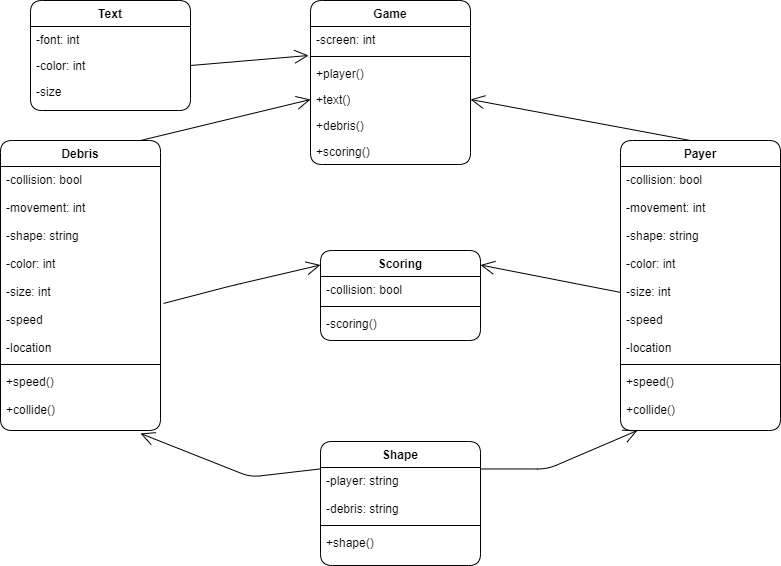
Before: Assignments/A07/UntitledDiagram.png, a diagram exported from draw.io (LoicKonan/2143-OOP-Konan). Source tidied: cells renumbered, new cells last; positions are measured from the earlier drawing's top-left corner, leaving out a move shared by most shapes.
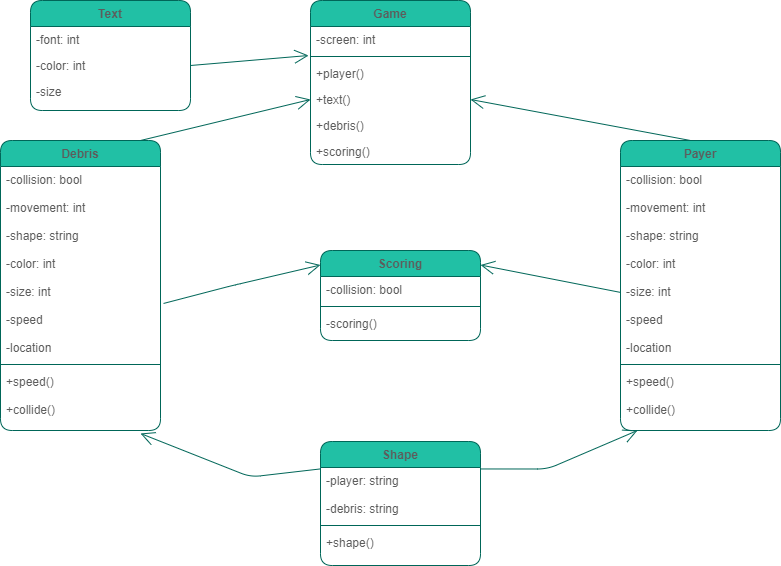
After the change.

Change to the diagram source:
```diff
@@ -2,103 +2,103 @@
   <root>
     <mxCell id="0" />
     <mxCell id="1" parent="0" />
-    <mxCell id="2" value="Text" style="swimlane;fontStyle=1;align=center;verticalAlign=top;horizontal=1;startSize=26;shadow=0;strokeWidth=1;rounded=1;" parent="1" vertex="1">
+    <mxCell id="2" value="Text" style="swimlane;fontStyle=1;align=center;verticalAlign=top;horizontal=1;startSize=26;shadow=0;strokeWidth=1;rounded=1;fillColor=#21C0A5;strokeColor=#006658;fontColor=#5C5C5C;" parent="1" vertex="1">
       <mxGeometry x="30" width="160" height="110" as="geometry" />
     </mxCell>
-    <mxCell id="3" value="-font: int&#10;" style="text;align=left;verticalAlign=top;spacingLeft=4;spacingRight=4;overflow=hidden;fontStyle=0;rounded=1;" parent="2" vertex="1">
+    <mxCell id="3" value="-font: int&#10;" style="text;align=left;verticalAlign=top;spacingLeft=4;spacingRight=4;overflow=hidden;fontStyle=0;rounded=1;fontColor=#5C5C5C;" parent="2" vertex="1">
       <mxGeometry y="26" width="160" height="26" as="geometry" />
     </mxCell>
-    <mxCell id="4" value="-color: int&#10;" style="text;align=left;verticalAlign=top;spacingLeft=4;spacingRight=4;overflow=hidden;points=[[0,0.5],[1,0.5]];portConstraint=eastwest;rounded=1;" parent="2" vertex="1">
+    <mxCell id="4" value="-color: int&#10;" style="text;align=left;verticalAlign=top;spacingLeft=4;spacingRight=4;overflow=hidden;points=[[0,0.5],[1,0.5]];portConstraint=eastwest;rounded=1;fontColor=#5C5C5C;" parent="2" vertex="1">
       <mxGeometry y="52" width="160" height="26" as="geometry" />
     </mxCell>
-    <mxCell id="5" value="-size" style="text;align=left;verticalAlign=top;spacingLeft=4;spacingRight=4;overflow=hidden;rounded=1;" parent="2" vertex="1">
+    <mxCell id="5" value="-size" style="text;align=left;verticalAlign=top;spacingLeft=4;spacingRight=4;overflow=hidden;rounded=1;fontColor=#5C5C5C;" parent="2" vertex="1">
       <mxGeometry y="78" width="160" height="26" as="geometry" />
     </mxCell>
-    <mxCell id="6" value="Scoring" style="swimlane;fontStyle=1;align=center;verticalAlign=top;horizontal=1;startSize=26;shadow=0;strokeWidth=1;rounded=1;" parent="1" vertex="1">
+    <mxCell id="6" value="Scoring" style="swimlane;fontStyle=1;align=center;verticalAlign=top;horizontal=1;startSize=26;shadow=0;strokeWidth=1;rounded=1;fillColor=#21C0A5;strokeColor=#006658;fontColor=#5C5C5C;" parent="1" vertex="1">
       <mxGeometry x="320" y="250" width="160" height="90" as="geometry" />
     </mxCell>
-    <mxCell id="7" value="-collision: bool" style="text;align=left;verticalAlign=top;spacingLeft=4;spacingRight=4;overflow=hidden;rounded=1;" parent="6" vertex="1">
+    <mxCell id="7" value="-collision: bool" style="text;align=left;verticalAlign=top;spacingLeft=4;spacingRight=4;overflow=hidden;rounded=1;fontColor=#5C5C5C;" parent="6" vertex="1">
       <mxGeometry y="26" width="160" height="26" as="geometry" />
     </mxCell>
-    <mxCell id="8" style="line;html=1;strokeWidth=1;align=left;verticalAlign=middle;spacingTop=-1;spacingLeft=3;spacingRight=3;labelPosition=right;rounded=1;" parent="6" vertex="1">
+    <mxCell id="8" style="line;html=1;strokeWidth=1;align=left;verticalAlign=middle;spacingTop=-1;spacingLeft=3;spacingRight=3;labelPosition=right;rounded=1;fillColor=#21C0A5;strokeColor=#006658;fontColor=#5C5C5C;" parent="6" vertex="1">
       <mxGeometry y="52" width="160" height="8" as="geometry" />
     </mxCell>
-    <mxCell id="9" value="-scoring()" style="text;align=left;verticalAlign=top;spacingLeft=4;spacingRight=4;overflow=hidden;shadow=0;html=0;rounded=1;" parent="6" vertex="1">
+    <mxCell id="9" value="-scoring()" style="text;align=left;verticalAlign=top;spacingLeft=4;spacingRight=4;overflow=hidden;shadow=0;html=0;rounded=1;fontColor=#5C5C5C;" parent="6" vertex="1">
       <mxGeometry y="60" width="160" height="26" as="geometry" />
     </mxCell>
-    <mxCell id="10" value="Game" style="swimlane;fontStyle=1;align=center;verticalAlign=top;horizontal=1;startSize=26;shadow=0;strokeWidth=1;rounded=1;" parent="1" vertex="1">
+    <mxCell id="10" value="Game" style="swimlane;fontStyle=1;align=center;verticalAlign=top;horizontal=1;startSize=26;shadow=0;strokeWidth=1;rounded=1;fillColor=#21C0A5;strokeColor=#006658;fontColor=#5C5C5C;" parent="1" vertex="1">
       <mxGeometry x="310" width="160" height="164" as="geometry" />
     </mxCell>
-    <mxCell id="11" value="-screen: int" style="text;align=left;verticalAlign=top;spacingLeft=4;spacingRight=4;overflow=hidden;points=[[0,0.5],[1,0.5]];portConstraint=eastwest;shadow=0;html=0;rounded=1;" parent="10" vertex="1">
+    <mxCell id="11" value="-screen: int" style="text;align=left;verticalAlign=top;spacingLeft=4;spacingRight=4;overflow=hidden;points=[[0,0.5],[1,0.5]];portConstraint=eastwest;shadow=0;html=0;rounded=1;fontColor=#5C5C5C;" parent="10" vertex="1">
       <mxGeometry y="26" width="160" height="26" as="geometry" />
     </mxCell>
-    <mxCell id="12" style="line;html=1;strokeWidth=1;align=left;verticalAlign=middle;spacingTop=-1;spacingLeft=3;spacingRight=3;labelPosition=right;rounded=1;" parent="10" vertex="1">
+    <mxCell id="12" style="line;html=1;strokeWidth=1;align=left;verticalAlign=middle;spacingTop=-1;spacingLeft=3;spacingRight=3;labelPosition=right;rounded=1;fillColor=#21C0A5;strokeColor=#006658;fontColor=#5C5C5C;" parent="10" vertex="1">
       <mxGeometry y="52" width="160" height="8" as="geometry" />
     </mxCell>
-    <mxCell id="13" value="+player()" style="text;align=left;verticalAlign=top;spacingLeft=4;spacingRight=4;overflow=hidden;rounded=1;" parent="10" vertex="1">
+    <mxCell id="13" value="+player()" style="text;align=left;verticalAlign=top;spacingLeft=4;spacingRight=4;overflow=hidden;rounded=1;fontColor=#5C5C5C;" parent="10" vertex="1">
       <mxGeometry y="60" width="160" height="26" as="geometry" />
     </mxCell>
-    <mxCell id="14" value="+text()" style="text;align=left;verticalAlign=top;spacingLeft=4;spacingRight=4;overflow=hidden;points=[[0,0.5],[1,0.5]];portConstraint=eastwest;rounded=1;" parent="10" vertex="1">
+    <mxCell id="14" value="+text()" style="text;align=left;verticalAlign=top;spacingLeft=4;spacingRight=4;overflow=hidden;points=[[0,0.5],[1,0.5]];portConstraint=eastwest;rounded=1;fontColor=#5C5C5C;" parent="10" vertex="1">
       <mxGeometry y="86" width="160" height="26" as="geometry" />
     </mxCell>
-    <mxCell id="15" value="+debris()" style="text;align=left;verticalAlign=top;spacingLeft=4;spacingRight=4;overflow=hidden;shadow=0;html=0;rounded=1;" parent="10" vertex="1">
+    <mxCell id="15" value="+debris()" style="text;align=left;verticalAlign=top;spacingLeft=4;spacingRight=4;overflow=hidden;shadow=0;html=0;rounded=1;fontColor=#5C5C5C;" parent="10" vertex="1">
       <mxGeometry y="112" width="160" height="26" as="geometry" />
     </mxCell>
-    <mxCell id="16" value="+scoring()" style="text;align=left;verticalAlign=top;spacingLeft=4;spacingRight=4;overflow=hidden;shadow=0;html=0;rounded=1;" parent="10" vertex="1">
+    <mxCell id="16" value="+scoring()" style="text;align=left;verticalAlign=top;spacingLeft=4;spacingRight=4;overflow=hidden;shadow=0;html=0;rounded=1;fontColor=#5C5C5C;" parent="10" vertex="1">
       <mxGeometry y="138" width="160" height="26" as="geometry" />
     </mxCell>
-    <mxCell id="17" value="Payer" style="swimlane;fontStyle=1;align=center;verticalAlign=top;horizontal=1;startSize=26;shadow=0;strokeWidth=1;rounded=1;" parent="1" vertex="1">
+    <mxCell id="17" value="Payer" style="swimlane;fontStyle=1;align=center;verticalAlign=top;horizontal=1;startSize=26;shadow=0;strokeWidth=1;rounded=1;fillColor=#21C0A5;strokeColor=#006658;fontColor=#5C5C5C;" parent="1" vertex="1">
       <mxGeometry x="620" y="140" width="160" height="290" as="geometry" />
     </mxCell>
-    <mxCell id="18" value="-collision: bool&#10;&#10;-movement: int&#10;&#10;-shape: string&#10;&#10;-color: int&#10;&#10;-size: int&#10;&#10;-speed&#10;&#10;-location" style="text;align=left;verticalAlign=top;spacingLeft=4;spacingRight=4;overflow=hidden;points=[[0,0.5],[1,0.5]];portConstraint=eastwest;rounded=1;" parent="17" vertex="1">
+    <mxCell id="18" value="-collision: bool&#10;&#10;-movement: int&#10;&#10;-shape: string&#10;&#10;-color: int&#10;&#10;-size: int&#10;&#10;-speed&#10;&#10;-location" style="text;align=left;verticalAlign=top;spacingLeft=4;spacingRight=4;overflow=hidden;points=[[0,0.5],[1,0.5]];portConstraint=eastwest;rounded=1;fontColor=#5C5C5C;" parent="17" vertex="1">
       <mxGeometry y="26" width="160" height="194" as="geometry" />
     </mxCell>
-    <mxCell id="19" style="line;html=1;strokeWidth=1;align=left;verticalAlign=middle;spacingTop=-1;spacingLeft=3;spacingRight=3;labelPosition=right;rounded=1;" parent="17" vertex="1">
+    <mxCell id="19" style="line;html=1;strokeWidth=1;align=left;verticalAlign=middle;spacingTop=-1;spacingLeft=3;spacingRight=3;labelPosition=right;rounded=1;fillColor=#21C0A5;strokeColor=#006658;fontColor=#5C5C5C;" parent="17" vertex="1">
       <mxGeometry y="220" width="160" height="8" as="geometry" />
     </mxCell>
-    <mxCell id="20" value="+speed()&#10;&#10;+collide()" style="text;align=left;verticalAlign=top;spacingLeft=4;spacingRight=4;overflow=hidden;rounded=1;" parent="17" vertex="1">
+    <mxCell id="20" value="+speed()&#10;&#10;+collide()" style="text;align=left;verticalAlign=top;spacingLeft=4;spacingRight=4;overflow=hidden;rounded=1;fontColor=#5C5C5C;" parent="17" vertex="1">
       <mxGeometry y="228" width="160" height="62" as="geometry" />
     </mxCell>
-    <mxCell id="21" value="Shape" style="swimlane;fontStyle=1;align=center;verticalAlign=top;horizontal=1;startSize=26;shadow=0;strokeWidth=1;rounded=1;" parent="1" vertex="1">
+    <mxCell id="21" value="Shape" style="swimlane;fontStyle=1;align=center;verticalAlign=top;horizontal=1;startSize=26;shadow=0;strokeWidth=1;rounded=1;fillColor=#21C0A5;strokeColor=#006658;fontColor=#5C5C5C;" parent="1" vertex="1">
       <mxGeometry x="320" y="441" width="160" height="124" as="geometry" />
     </mxCell>
-    <mxCell id="22" value="-player: string&#10;&#10;-debris: string" style="text;align=left;verticalAlign=top;spacingLeft=4;spacingRight=4;overflow=hidden;rounded=1;" parent="21" vertex="1">
+    <mxCell id="22" value="-player: string&#10;&#10;-debris: string" style="text;align=left;verticalAlign=top;spacingLeft=4;spacingRight=4;overflow=hidden;rounded=1;fontColor=#5C5C5C;" parent="21" vertex="1">
       <mxGeometry y="26" width="160" height="54" as="geometry" />
     </mxCell>
-    <mxCell id="23" style="line;html=1;strokeWidth=1;align=left;verticalAlign=middle;spacingTop=-1;spacingLeft=3;spacingRight=3;labelPosition=right;rounded=1;" parent="21" vertex="1">
+    <mxCell id="23" style="line;html=1;strokeWidth=1;align=left;verticalAlign=middle;spacingTop=-1;spacingLeft=3;spacingRight=3;labelPosition=right;rounded=1;fillColor=#21C0A5;strokeColor=#006658;fontColor=#5C5C5C;" parent="21" vertex="1">
       <mxGeometry y="80" width="160" height="8" as="geometry" />
     </mxCell>
-    <mxCell id="24" value="+shape()" style="text;align=left;verticalAlign=top;spacingLeft=4;spacingRight=4;overflow=hidden;shadow=0;html=0;rounded=1;" parent="21" vertex="1">
+    <mxCell id="24" value="+shape()" style="text;align=left;verticalAlign=top;spacingLeft=4;spacingRight=4;overflow=hidden;shadow=0;html=0;rounded=1;fontColor=#5C5C5C;" parent="21" vertex="1">
       <mxGeometry y="88" width="160" height="26" as="geometry" />
     </mxCell>
-    <mxCell id="25" value="Debris" style="swimlane;fontStyle=1;align=center;verticalAlign=top;horizontal=1;startSize=26;shadow=0;strokeWidth=1;rounded=1;" parent="1" vertex="1">
+    <mxCell id="25" value="Debris" style="swimlane;fontStyle=1;align=center;verticalAlign=top;horizontal=1;startSize=26;shadow=0;strokeWidth=1;rounded=1;fillColor=#21C0A5;strokeColor=#006658;fontColor=#5C5C5C;" parent="1" vertex="1">
       <mxGeometry y="140" width="160" height="290" as="geometry" />
     </mxCell>
-    <mxCell id="26" value="-collision: bool&#10;&#10;-movement: int&#10;&#10;-shape: string&#10;&#10;-color: int&#10;&#10;-size: int&#10;&#10;-speed&#10;&#10;-location" style="text;align=left;verticalAlign=top;spacingLeft=4;spacingRight=4;overflow=hidden;points=[[0,0.5],[1,0.5]];portConstraint=eastwest;rounded=1;" parent="25" vertex="1">
+    <mxCell id="26" value="-collision: bool&#10;&#10;-movement: int&#10;&#10;-shape: string&#10;&#10;-color: int&#10;&#10;-size: int&#10;&#10;-speed&#10;&#10;-location" style="text;align=left;verticalAlign=top;spacingLeft=4;spacingRight=4;overflow=hidden;points=[[0,0.5],[1,0.5]];portConstraint=eastwest;rounded=1;fontColor=#5C5C5C;" parent="25" vertex="1">
       <mxGeometry y="26" width="160" height="194" as="geometry" />
     </mxCell>
-    <mxCell id="27" style="line;html=1;strokeWidth=1;align=left;verticalAlign=middle;spacingTop=-1;spacingLeft=3;spacingRight=3;labelPosition=right;rounded=1;" parent="25" vertex="1">
+    <mxCell id="27" style="line;html=1;strokeWidth=1;align=left;verticalAlign=middle;spacingTop=-1;spacingLeft=3;spacingRight=3;labelPosition=right;rounded=1;fillColor=#21C0A5;strokeColor=#006658;fontColor=#5C5C5C;" parent="25" vertex="1">
       <mxGeometry y="220" width="160" height="8" as="geometry" />
     </mxCell>
-    <mxCell id="28" value="+speed()&#10;&#10;+collide()" style="text;align=left;verticalAlign=top;spacingLeft=4;spacingRight=4;overflow=hidden;points=[[0,0.5],[1,0.5]];portConstraint=eastwest;rounded=1;" parent="25" vertex="1">
+    <mxCell id="28" value="+speed()&#10;&#10;+collide()" style="text;align=left;verticalAlign=top;spacingLeft=4;spacingRight=4;overflow=hidden;points=[[0,0.5],[1,0.5]];portConstraint=eastwest;rounded=1;fontColor=#5C5C5C;" parent="25" vertex="1">
       <mxGeometry y="228" width="160" height="62" as="geometry" />
     </mxCell>
-    <mxCell id="29" style="endArrow=open;endFill=1;endSize=12;html=1;entryX=0;entryY=0.5;entryDx=0;entryDy=0;" parent="1" edge="1" target="14">
+    <mxCell id="29" style="endArrow=open;endFill=1;endSize=12;html=1;entryX=0;entryY=0.5;entryDx=0;entryDy=0;strokeColor=#006658;fontColor=#5C5C5C;" parent="1" edge="1" target="14">
       <mxGeometry relative="1" as="geometry">
         <mxPoint x="140" y="140" as="sourcePoint" />
       </mxGeometry>
     </mxCell>
-    <mxCell id="30" style="endArrow=open;endFill=1;endSize=12;html=1;entryX=1;entryY=0.5;entryDx=0;entryDy=0;" parent="1" edge="1" target="14">
+    <mxCell id="30" style="endArrow=open;endFill=1;endSize=12;html=1;entryX=1;entryY=0.5;entryDx=0;entryDy=0;strokeColor=#006658;fontColor=#5C5C5C;" parent="1" edge="1" target="14">
       <mxGeometry relative="1" as="geometry">
         <mxPoint x="690" y="140" as="sourcePoint" />
       </mxGeometry>
     </mxCell>
-    <mxCell id="31" style="endArrow=open;endFill=1;endSize=12;html=1;entryX=1;entryY=0.5;entryDx=0;entryDy=0;exitX=0;exitY=0.649;exitDx=0;exitDy=0;exitPerimeter=0;" parent="1" edge="1" source="18">
+    <mxCell id="31" style="endArrow=open;endFill=1;endSize=12;html=1;entryX=1;entryY=0.5;entryDx=0;entryDy=0;exitX=0;exitY=0.649;exitDx=0;exitDy=0;exitPerimeter=0;strokeColor=#006658;fontColor=#5C5C5C;" parent="1" edge="1" source="18">
       <mxGeometry relative="1" as="geometry">
         <mxPoint x="480" y="264.5" as="targetPoint" />
       </mxGeometry>
     </mxCell>
-    <mxCell id="32" style="endArrow=open;endFill=1;endSize=12;html=1;entryX=0;entryY=0.5;entryDx=0;entryDy=0;exitX=1.019;exitY=0.706;exitDx=0;exitDy=0;exitPerimeter=0;" parent="1" edge="1" source="26">
+    <mxCell id="32" style="endArrow=open;endFill=1;endSize=12;html=1;entryX=0;entryY=0.5;entryDx=0;entryDy=0;exitX=1.019;exitY=0.706;exitDx=0;exitDy=0;exitPerimeter=0;strokeColor=#006658;fontColor=#5C5C5C;" parent="1" edge="1" source="26">
       <mxGeometry relative="1" as="geometry">
         <mxPoint x="320" y="264.5" as="targetPoint" />
         <Array as="points">
@@ -106,7 +106,7 @@
         </Array>
       </mxGeometry>
     </mxCell>
-    <mxCell id="33" style="endArrow=open;endFill=1;endSize=12;html=1;entryX=0;entryY=0.5;entryDx=0;entryDy=0;exitX=1.019;exitY=0.706;exitDx=0;exitDy=0;exitPerimeter=0;" parent="1" edge="1">
+    <mxCell id="33" style="endArrow=open;endFill=1;endSize=12;html=1;entryX=0;entryY=0.5;entryDx=0;entryDy=0;exitX=1.019;exitY=0.706;exitDx=0;exitDy=0;exitPerimeter=0;strokeColor=#006658;fontColor=#5C5C5C;" parent="1" edge="1">
       <mxGeometry relative="1" as="geometry">
         <mxPoint x="480" y="468.5" as="sourcePoint" />
         <mxPoint x="637" y="430" as="targetPoint" />
@@ -115,7 +115,7 @@
         </Array>
       </mxGeometry>
     </mxCell>
-    <mxCell id="34" style="endArrow=open;endFill=1;endSize=12;html=1;entryX=0.875;entryY=1.048;entryDx=0;entryDy=0;exitX=0;exitY=0.649;exitDx=0;exitDy=0;exitPerimeter=0;entryPerimeter=0;" parent="1" edge="1" target="28">
+    <mxCell id="34" style="endArrow=open;endFill=1;endSize=12;html=1;entryX=0.875;entryY=1.048;entryDx=0;entryDy=0;exitX=0;exitY=0.649;exitDx=0;exitDy=0;exitPerimeter=0;entryPerimeter=0;strokeColor=#006658;fontColor=#5C5C5C;" parent="1" edge="1" target="28">
       <mxGeometry relative="1" as="geometry">
         <mxPoint x="320" y="468.4" as="sourcePoint" />
         <Array as="points">
@@ -123,7 +123,7 @@
         </Array>
       </mxGeometry>
     </mxCell>
-    <mxCell id="35" style="endArrow=open;endFill=1;endSize=12;html=1;entryX=-0.012;entryY=1.115;entryDx=0;entryDy=0;exitX=1;exitY=0.5;exitDx=0;exitDy=0;entryPerimeter=0;" parent="1" edge="1" source="4" target="11">
+    <mxCell id="35" style="endArrow=open;endFill=1;endSize=12;html=1;entryX=-0.012;entryY=1.115;entryDx=0;entryDy=0;exitX=1;exitY=0.5;exitDx=0;exitDy=0;entryPerimeter=0;strokeColor=#006658;fontColor=#5C5C5C;" parent="1" edge="1" source="4" target="11">
       <mxGeometry relative="1" as="geometry" />
     </mxCell>
   </root>
```
